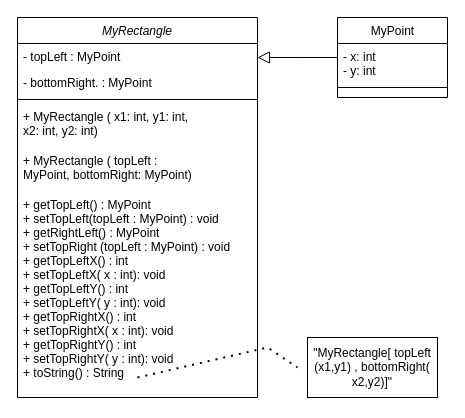
Earlier version of the draw.io diagram src/task3/Task3Exs9Diagram.drawio (nnugmanovaa/module2). Source tidied: cells renumbered, new cells numbered last; positions are measured from the earlier drawing's top-left corner, leaving out a move shared by most shapes. Both pictures are drawn from the tidied source at 100%, with x=0, y=0 at pixel (17, 17).
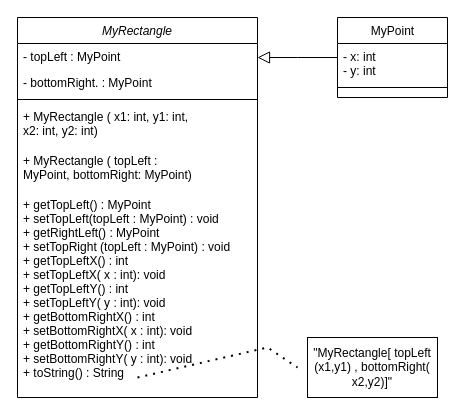
The same diagram, later.

The edit, as a diff of the source:
```diff
@@
 <mxGraphModel>
   <root>
     <mxCell id="0" />
     <mxCell id="1" parent="0" />
     <mxCell id="2" value="MyRectangle" style="swimlane;fontStyle=2;align=center;verticalAlign=top;horizontal=1;startSize=26;rounded=0;shadow=0;strokeWidth=1;" parent="1" vertex="1">
       <mxGeometry width="240" height="380" as="geometry" />
     </mxCell>
     <mxCell id="3" value="- topLeft : MyPoint" style="text;align=left;verticalAlign=top;spacingLeft=4;spacingRight=4;overflow=hidden;" parent="2" vertex="1">
       <mxGeometry y="26" width="240" height="26" as="geometry" />
     </mxCell>
     <mxCell id="4" value="- bottomRight. : MyPoint" style="text;align=left;verticalAlign=top;spacingLeft=4;spacingRight=4;overflow=hidden;rounded=0;shadow=0;html=0;" parent="2" vertex="1">
       <mxGeometry y="52" width="240" height="26" as="geometry" />
     </mxCell>
     <mxCell id="5" style="line;html=1;strokeWidth=1;align=left;verticalAlign=middle;spacingTop=-1;spacingLeft=3;spacingRight=3;labelPosition=right;" parent="2" vertex="1">
       <mxGeometry y="78" width="240" height="8" as="geometry" />
     </mxCell>
     <mxCell id="6" value="+ MyRectangle ( x1: int, y1: int, &#10;x2: int, y2: int)" style="text;align=left;verticalAlign=top;spacingLeft=4;spacingRight=4;overflow=hidden;" parent="2" vertex="1">
       <mxGeometry y="86" width="240" height="44" as="geometry" />
     </mxCell>
     <mxCell id="7" value="+ MyRectangle ( topLeft : &#10;MyPoint, bottomRight: MyPoint)" style="text;align=left;verticalAlign=top;spacingLeft=4;spacingRight=4;overflow=hidden;" parent="2" vertex="1">
       <mxGeometry y="130" width="240" height="44" as="geometry" />
     </mxCell>
-    <mxCell id="8" value="+ getTopLeft() : MyPoint&#10;+ setTopLeft(topLeft : MyPoint) : void&#10;+ getRightLeft() : MyPoint&#10;+ setTopRight (topLeft : MyPoint) : void&#10;+ getTopLeftX() : int&#10;+ setTopLeftX( x : int): void&#10;+ getTopLeftY() : int&#10;+ setTopLeftY( y : int): void&#10;+ getTopRightX() : int&#10;+ setTopRightX( x : int): void&#10;+ getTopRightY() : int&#10;+ setTopRightY( y : int): void&#10;+ toString() : String &#10;&#10;&#10;" style="text;align=left;verticalAlign=top;spacingLeft=4;spacingRight=4;overflow=hidden;points=[[0,0.5],[1,0.5]];portConstraint=eastwest;" parent="2" vertex="1">
+    <mxCell id="8" value="+ getTopLeft() : MyPoint&#10;+ setTopLeft(topLeft : MyPoint) : void&#10;+ getRightLeft() : MyPoint&#10;+ setTopRight (topLeft : MyPoint) : void&#10;+ getTopLeftX() : int&#10;+ setTopLeftX( x : int): void&#10;+ getTopLeftY() : int&#10;+ setTopLeftY( y : int): void&#10;+ getBottomRightX() : int&#10;+ setBottomRightX( x : int): void&#10;+ getBottomRightY() : int&#10;+ setBottomRightY( y : int): void&#10;+ toString() : String &#10;&#10;&#10;" style="text;align=left;verticalAlign=top;spacingLeft=4;spacingRight=4;overflow=hidden;points=[[0,0.5],[1,0.5]];portConstraint=eastwest;" parent="2" vertex="1">
       <mxGeometry y="174" width="240" height="206" as="geometry" />
     </mxCell>
     <mxCell id="9" value="MyPoint" style="swimlane;fontStyle=0;align=center;verticalAlign=top;horizontal=1;startSize=26;rounded=0;shadow=0;strokeWidth=1;html=1;" parent="1" vertex="1">
       <mxGeometry x="320" width="110" height="80" as="geometry" />
     </mxCell>
     <mxCell id="10" value="- x: int &#10;- y: int" style="text;align=left;verticalAlign=top;spacingLeft=4;spacingRight=4;overflow=hidden;" parent="9" vertex="1">
       <mxGeometry y="26" width="110" height="34" as="geometry" />
     </mxCell>
     <mxCell id="11" style="line;html=1;strokeWidth=1;align=left;verticalAlign=middle;spacingTop=-1;spacingLeft=3;spacingRight=3;labelPosition=right;" parent="9" vertex="1">
       <mxGeometry y="60" width="110" height="20" as="geometry" />
     </mxCell>
     <mxCell id="12" style="endArrow=block;endSize=10;endFill=0;shadow=0;strokeWidth=1;rounded=0;edgeStyle=elbowEdgeStyle;elbow=vertical;" parent="1" edge="1" source="9" target="2">
       <mxGeometry relative="1" as="geometry" />
     </mxCell>
     <mxCell id="13" value="&quot;MyRectangle[ topLeft (x1,y1) , bottomRight( x2,y2)]&quot;" style="rounded=0;whiteSpace=wrap;html=1;" parent="1" vertex="1">
       <mxGeometry x="290" y="320" width="130" height="60" as="geometry" />
     </mxCell>
     <mxCell id="14" style="endArrow=none;dashed=1;html=1;dashPattern=1 3;strokeWidth=2;rounded=0;exitX=0.5;exitY=0.903;exitDx=0;exitDy=0;exitPerimeter=0;" parent="1" edge="1" source="8">
       <mxGeometry relative="1" as="geometry">
         <mxPoint x="280" y="350" as="targetPoint" />
         <Array as="points">
           <mxPoint x="250" y="330" />
         </Array>
       </mxGeometry>
     </mxCell>
   </root>
 </mxGraphModel>
```
